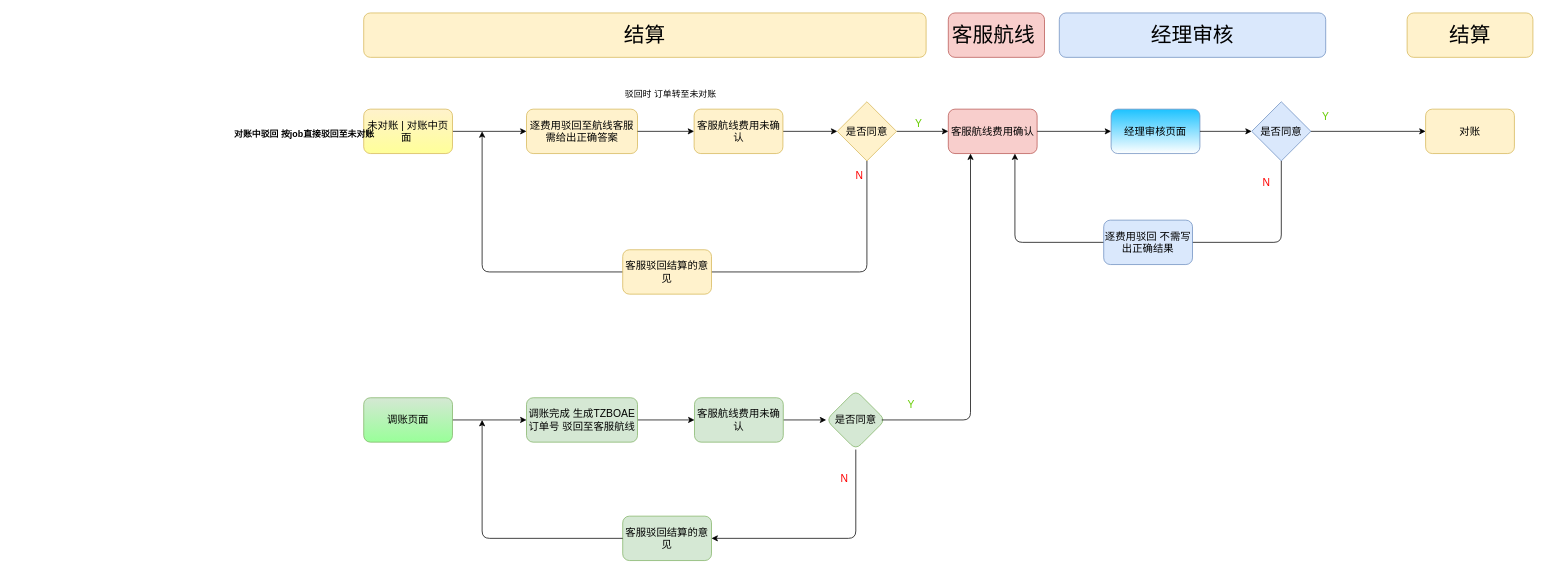
DiggingSteve/Flow keeps this draw.io diagram as 新版流程图.drawio. Above is the earlier version. Source tidied: cells renumbered, new cells numbered last; positions are measured from the earlier drawing's top-left corner, leaving out a move shared by most shapes. Both pictures are drawn from the tidied source at 74%, with x=0, y=0 at pixel (275, 13).
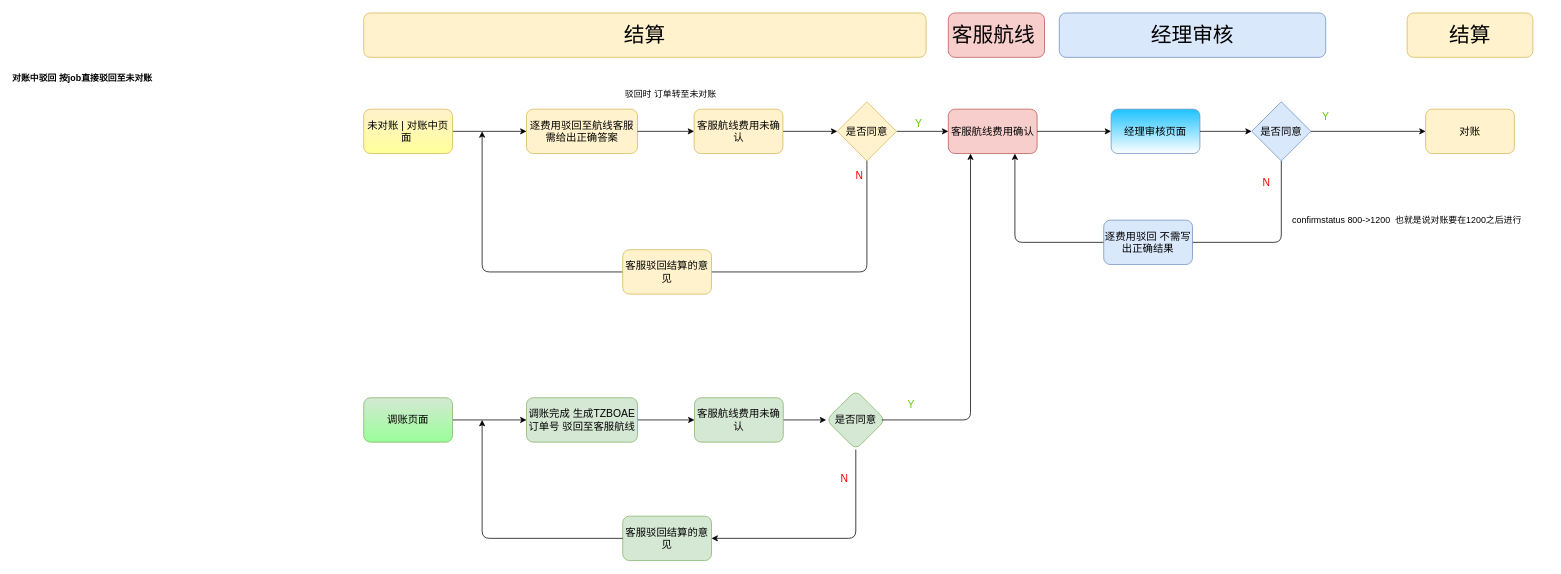
The same diagram, later.

Commit message:
更新新版流程图.drawio

Diff of the diagram source:
```diff
@@
     <mxCell id="43" value="对账中驳回 按job直接驳回至未对账" style="text;align=center;fontStyle=1;verticalAlign=middle;spacingLeft=3;spacingRight=3;strokeColor=none;" parent="1" vertex="1">
-      <mxGeometry y="150" width="80" height="26" as="geometry" />
+      <mxGeometry x="-300" y="74" width="80" height="26" as="geometry" />
     </mxCell>
+    <mxCell id="44" value="confirmstatus 800-&amp;gt;1200&amp;nbsp; 也就是说对账要在1200之后进行" style="text;html=1;strokeColor=none;fillColor=none;align=center;verticalAlign=middle;whiteSpace=wrap;rounded=0;" parent="1" vertex="1">
+      <mxGeometry x="1340" y="270" width="380" height="20" as="geometry" />
+    </mxCell>
```
